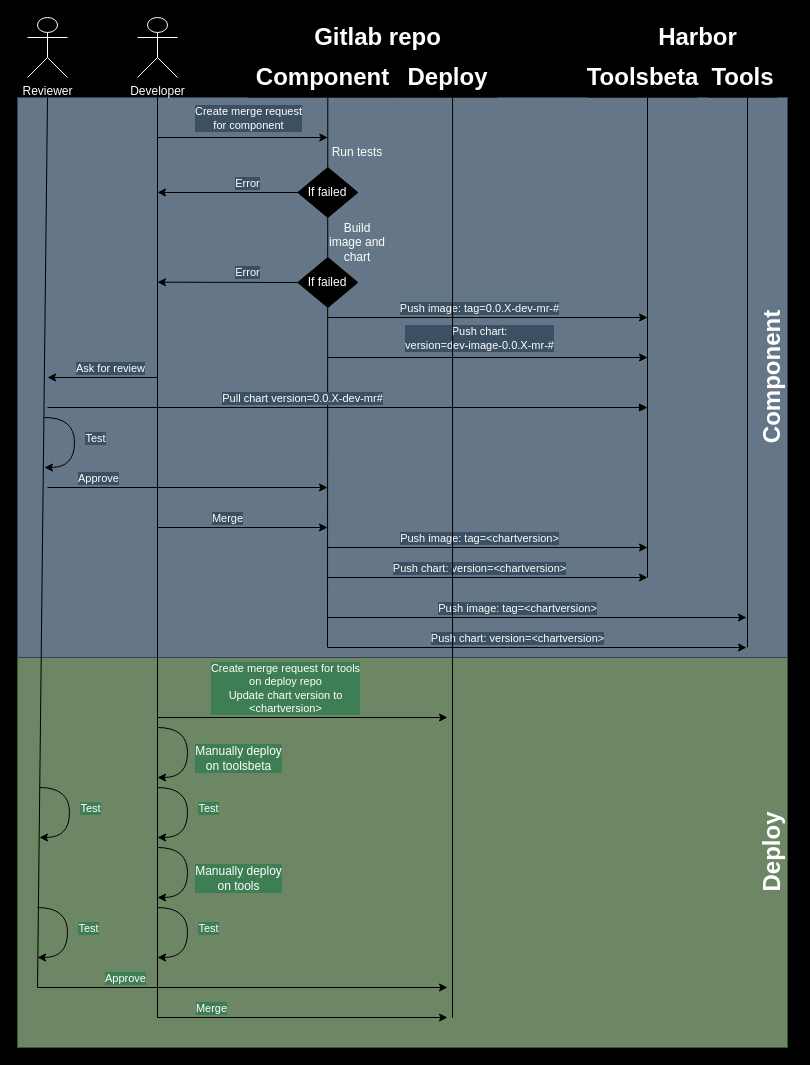
Before: docs/component_cd_flow.drawio in DamianZaremba/toolforge-toolforge-deploy, a draw.io diagram. Source tidied: cells renumbered, new cells numbered last; positions are measured from the earlier drawing's top-left corner, leaving out a move shared by most shapes. Both pictures are drawn from the tidied source at 100%, with x=0, y=0 at pixel (17, 17).
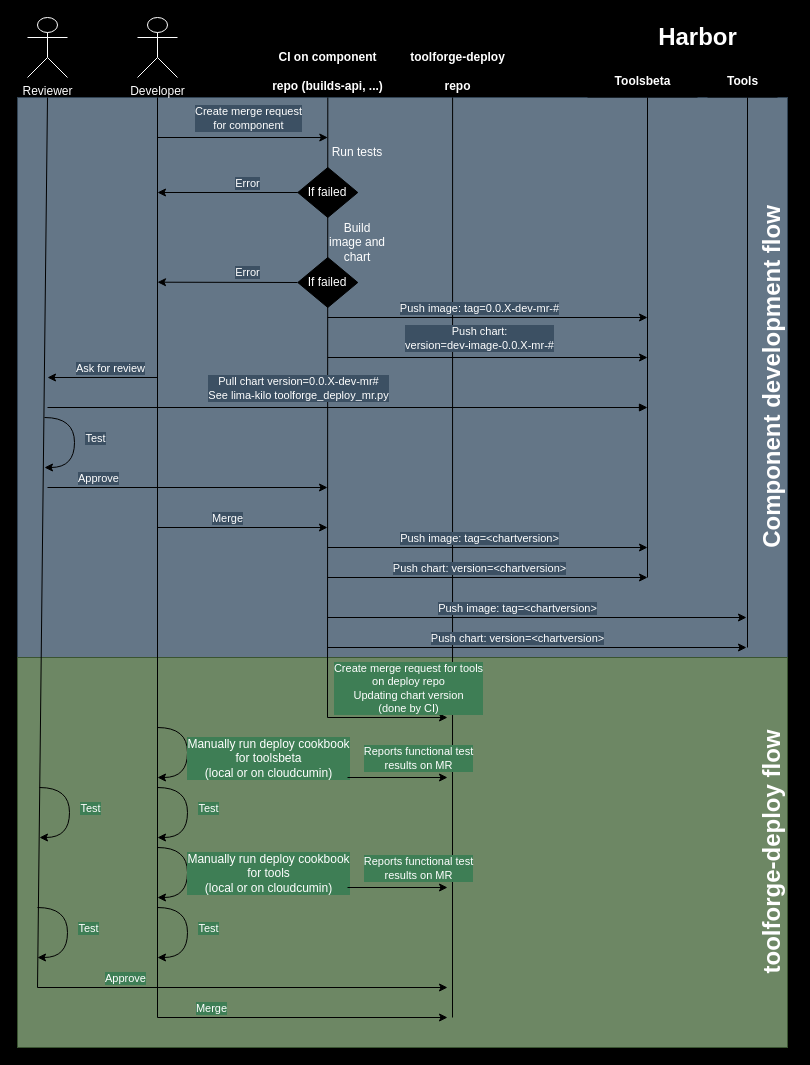
After the change.

Commit message (it also covers changes not shown here):
README: updated the development lifecycle diagram

And a bit the readme.

Unchanged cells that the change refers to:
```xml
<mxCell id="30" style="endArrow=none;html=1;endFill=0;startArrow=block;startFill=1;" parent="1" edge="1">
  <mxGeometry relative="1" as="geometry">
    <mxPoint x="630" y="390" as="sourcePoint" />
    <mxPoint x="30" y="390" as="targetPoint" />
  </mxGeometry>
</mxCell>
<mxCell id="42" style="endArrow=classic;html=1;edgeStyle=orthogonalEdgeStyle;curved=1;" parent="1" edge="1">
  <mxGeometry relative="1" as="geometry">
    <mxPoint x="140" y="710" as="sourcePoint" />
    <mxPoint x="140" y="760" as="targetPoint" />
    <Array as="points">
      <mxPoint x="170" y="710" />
      <mxPoint x="170" y="760" />
    </Array>
  </mxGeometry>
</mxCell>
<mxCell id="52" style="endArrow=classic;html=1;edgeStyle=orthogonalEdgeStyle;curved=1;" parent="1" edge="1">
  <mxGeometry relative="1" as="geometry">
    <mxPoint x="140" y="830" as="sourcePoint" />
    <mxPoint x="140" y="880" as="targetPoint" />
    <Array as="points">
      <mxPoint x="170" y="830" />
      <mxPoint x="170" y="880" />
    </Array>
  </mxGeometry>
</mxCell>
```

What changed in the source:
```diff
@@
+    <mxCell id="3" style="rounded=0;whiteSpace=wrap;html=1;fillColor=#647687;strokeColor=#314354;fontColor=#ffffff;" parent="1" vertex="1">
+      <mxGeometry y="80" width="770" height="560" as="geometry" />
+    </mxCell>
@@
-    <mxCell id="3" style="rounded=0;whiteSpace=wrap;html=1;fillColor=#647687;strokeColor=#314354;fontColor=#ffffff;" parent="1" vertex="1">
-      <mxGeometry y="80" width="770" height="560" as="geometry" />
-    </mxCell>
+    <mxCell id="57" style="endArrow=none;html=1;" parent="1" edge="1">
+      <mxGeometry relative="1" as="geometry">
+        <mxPoint x="435" y="1000" as="sourcePoint" />
+        <mxPoint x="435.1" y="80" as="targetPoint" />
+      </mxGeometry>
+    </mxCell>
     <mxCell id="4" style="endArrow=none;html=1;" parent="1" edge="1">
       <mxGeometry relative="1" as="geometry">
-        <mxPoint x="310" y="630" as="sourcePoint" />
+        <mxPoint x="310" y="700" as="sourcePoint" />
         <mxPoint x="310.3" y="80" as="targetPoint" />
       </mxGeometry>
     </mxCell>
@@
-    <mxCell id="9" value="Gitlab repo" style="text;strokeColor=none;fillColor=#000000;html=1;fontSize=24;fontStyle=1;verticalAlign=middle;align=center;fontColor=#FFFFFF;" parent="1" vertex="1">
-      <mxGeometry x="290" width="140.3" height="40" as="geometry" />
+    <mxCell id="9" value="&lt;font style=&quot;font-size: 12px;&quot;&gt;CI on component&lt;br&gt;repo (builds-api, ...)&lt;/font&gt;" style="text;strokeColor=none;fillColor=#000000;html=1;fontSize=24;fontStyle=1;verticalAlign=middle;align=center;fontColor=#FFFFFF;" parent="1" vertex="1">
+      <mxGeometry x="240.1" y="30" width="140.3" height="40" as="geometry" />
     </mxCell>
-    <mxCell id="10" value="Toolsbeta" style="text;strokeColor=none;fillColor=#000000;html=1;fontSize=24;fontStyle=1;verticalAlign=middle;align=center;fontColor=#FFFFFF;" parent="1" vertex="1">
+    <mxCell id="10" value="&lt;font style=&quot;font-size: 12px;&quot;&gt;Toolsbeta&lt;/font&gt;" style="text;strokeColor=none;fillColor=#000000;html=1;fontSize=24;fontStyle=1;verticalAlign=middle;align=center;fontColor=#FFFFFF;" parent="1" vertex="1">
       <mxGeometry x="570" y="40" width="110" height="40" as="geometry" />
     </mxCell>
-    <mxCell id="11" value="Tools" style="text;strokeColor=none;fillColor=#000000;html=1;fontSize=24;fontStyle=1;verticalAlign=middle;align=center;fontColor=#FFFFFF;" parent="1" vertex="1">
+    <mxCell id="11" value="&lt;font style=&quot;font-size: 12px;&quot;&gt;Tools&lt;/font&gt;" style="text;strokeColor=none;fillColor=#000000;html=1;fontSize=24;fontStyle=1;verticalAlign=middle;align=center;fontColor=#FFFFFF;" parent="1" vertex="1">
       <mxGeometry x="690" y="40" width="70" height="40" as="geometry" />
     </mxCell>
@@
-    <mxCell id="31" value="Pull chart version=0.0.X-dev-mr#" style="edgeLabel;html=1;align=center;verticalAlign=middle;labelBackgroundColor=#3C5063;fontColor=#FFFFFF;" parent="30" vertex="1">
+    <mxCell id="31" value="Pull chart version=0.0.X-dev-mr#&lt;br&gt;See lima-kilo toolforge_deploy_mr.py" style="edgeLabel;html=1;align=center;verticalAlign=middle;labelBackgroundColor=#3C5063;fontColor=#FFFFFF;" parent="30" vertex="1">
       <mxGeometry x="0.16" relative="1" as="geometry">
-        <mxPoint x="2" y="-10" as="offset" />
+        <mxPoint x="-2" y="-20" as="offset" />
       </mxGeometry>
     </mxCell>
@@
     <mxCell id="40" style="endArrow=classic;html=1;" parent="1" edge="1">
       <mxGeometry relative="1" as="geometry">
-        <mxPoint x="140.3" y="700" as="sourcePoint" />
+        <mxPoint x="310" y="700" as="sourcePoint" />
         <mxPoint x="430" y="700" as="targetPoint" />
       </mxGeometry>
     </mxCell>
-    <mxCell id="41" value="Create merge request for tools&lt;br&gt;on deploy repo&lt;br&gt;Update chart version to&lt;br&gt;&amp;lt;chartversion&amp;gt;" style="edgeLabel;html=1;align=center;verticalAlign=middle;labelBackgroundColor=#3E7E55;fontColor=#FFFFFF;" parent="40" vertex="1">
+    <mxCell id="41" value="Create merge request for tools&lt;br&gt;on deploy repo&lt;br&gt;Updating chart version&lt;br&gt;(done by CI)" style="edgeLabel;html=1;align=center;verticalAlign=middle;labelBackgroundColor=#3E7E55;fontColor=#FFFFFF;" parent="40" vertex="1">
       <mxGeometry x="-0.22" y="2" relative="1" as="geometry">
-        <mxPoint x="14" y="-28" as="offset" />
+        <mxPoint x="33" y="-28" as="offset" />
       </mxGeometry>
     </mxCell>
@@
-    <mxCell id="43" value="&lt;span style=&quot;font-size: 12px;&quot;&gt;Manually deploy&lt;br&gt;on toolsbeta&lt;/span&gt;" style="edgeLabel;html=1;align=center;verticalAlign=middle;labelBackgroundColor=#3E7E55;fontColor=#FFFFFF;" parent="42" vertex="1">
+    <mxCell id="43" value="&lt;span style=&quot;font-size: 12px;&quot;&gt;Manually run deploy cookbook&lt;br&gt;for toolsbeta&lt;br&gt;(local or on cloudcumin)&lt;br&gt;&lt;/span&gt;" style="edgeLabel;html=1;align=center;verticalAlign=middle;labelBackgroundColor=#3E7E55;fontColor=#FFFFFF;" parent="42" vertex="1">
       <mxGeometry x="-0.29" relative="1" as="geometry">
-        <mxPoint x="50" y="21" as="offset" />
+        <mxPoint x="80" y="21" as="offset" />
       </mxGeometry>
     </mxCell>
@@
-    <mxCell id="53" value="&lt;span style=&quot;font-size: 12px;&quot;&gt;Manually deploy&lt;br&gt;on tools&lt;/span&gt;" style="edgeLabel;html=1;align=center;verticalAlign=middle;labelBackgroundColor=#3E7E55;fontColor=#FFFFFF;" parent="52" vertex="1">
+    <mxCell id="53" value="&lt;span style=&quot;font-size: 12px;&quot;&gt;Manually run deploy cookbook&lt;br&gt;for tools&lt;br&gt;(local or on cloudcumin)&lt;br&gt;&lt;/span&gt;" style="edgeLabel;html=1;align=center;verticalAlign=middle;labelBackgroundColor=#3E7E55;fontColor=#FFFFFF;" parent="52" vertex="1">
       <mxGeometry x="-0.29" relative="1" as="geometry">
-        <mxPoint x="50" y="21" as="offset" />
+        <mxPoint x="80" y="16" as="offset" />
       </mxGeometry>
     </mxCell>
@@
-    <mxCell id="55" value="Component" style="text;strokeColor=none;fillColor=#000000;html=1;fontSize=24;fontStyle=1;verticalAlign=middle;align=center;direction=south;rotation=0;fontColor=#FFFFFF;" parent="1" vertex="1">
-      <mxGeometry x="230" y="40" width="150" height="40" as="geometry" />
-    </mxCell>
-    <mxCell id="56" value="Deploy" style="text;strokeColor=none;fillColor=#000000;html=1;fontSize=24;fontStyle=1;verticalAlign=middle;align=center;direction=south;rotation=0;fontColor=#FFFFFF;" parent="1" vertex="1">
-      <mxGeometry x="380" y="40" width="100.3" height="40" as="geometry" />
+    <mxCell id="56" value="&lt;font style=&quot;font-size: 12px;&quot;&gt;toolforge-deploy&lt;br&gt;repo&lt;/font&gt;" style="text;strokeColor=none;fillColor=#000000;html=1;fontSize=24;fontStyle=1;verticalAlign=middle;align=center;direction=south;rotation=0;fontColor=#FFFFFF;" parent="1" vertex="1">
+      <mxGeometry x="390" y="30" width="100.3" height="40" as="geometry" />
     </mxCell>
-    <mxCell id="57" style="endArrow=none;html=1;" parent="1" edge="1">
-      <mxGeometry relative="1" as="geometry">
-        <mxPoint x="435" y="1000" as="sourcePoint" />
-        <mxPoint x="435.1" y="80" as="targetPoint" />
-      </mxGeometry>
-    </mxCell>
@@
-    <mxCell id="68" value="Component" style="text;strokeColor=none;fillColor=none;html=1;fontSize=24;fontStyle=1;verticalAlign=middle;align=center;direction=south;rotation=270;fontColor=#FFFFFF;" parent="1" vertex="1">
+    <mxCell id="68" value="Component development flow" style="text;strokeColor=none;fillColor=none;html=1;fontSize=24;fontStyle=1;verticalAlign=middle;align=center;direction=south;rotation=270;fontColor=#FFFFFF;" parent="1" vertex="1">
       <mxGeometry x="680" y="340" width="150" height="40" as="geometry" />
     </mxCell>
-    <mxCell id="69" value="Deploy" style="text;strokeColor=none;fillColor=none;html=1;fontSize=24;fontStyle=1;verticalAlign=middle;align=center;direction=south;rotation=270;fontColor=#FFFFFF;" parent="1" vertex="1">
+    <mxCell id="69" value="toolforge-deploy flow" style="text;strokeColor=none;fillColor=none;html=1;fontSize=24;fontStyle=1;verticalAlign=middle;align=center;direction=south;rotation=270;fontColor=#FFFFFF;" parent="1" vertex="1">
       <mxGeometry x="680" y="815" width="150" height="40" as="geometry" />
     </mxCell>
+    <mxCell id="70" style="endArrow=classic;html=1;" parent="1" edge="1">
+      <mxGeometry relative="1" as="geometry">
+        <mxPoint x="330" y="760" as="sourcePoint" />
+        <mxPoint x="430" y="760" as="targetPoint" />
+      </mxGeometry>
+    </mxCell>
+    <mxCell id="71" value="Reports functional test&lt;br&gt;results on MR" style="edgeLabel;html=1;align=center;verticalAlign=middle;labelBackgroundColor=#3E7E55;fontColor=#FFFFFF;" parent="70" vertex="1">
+      <mxGeometry x="-0.22" y="2" relative="1" as="geometry">
+        <mxPoint x="31" y="-18" as="offset" />
+      </mxGeometry>
+    </mxCell>
+    <mxCell id="72" style="endArrow=classic;html=1;" parent="1" edge="1">
+      <mxGeometry relative="1" as="geometry">
+        <mxPoint x="330" y="870" as="sourcePoint" />
+        <mxPoint x="430" y="870" as="targetPoint" />
+      </mxGeometry>
+    </mxCell>
+    <mxCell id="73" value="Reports functional test&lt;br&gt;results on MR" style="edgeLabel;html=1;align=center;verticalAlign=middle;labelBackgroundColor=#3E7E55;fontColor=#FFFFFF;" parent="72" vertex="1">
+      <mxGeometry x="-0.22" y="2" relative="1" as="geometry">
+        <mxPoint x="31" y="-18" as="offset" />
+      </mxGeometry>
+    </mxCell>
```
